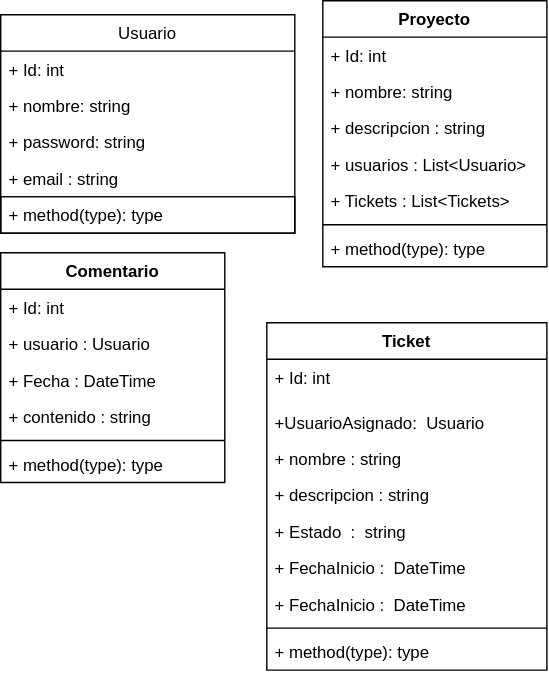
This is Diagrama.drawio.svg from Sherklan12e/Gestion-de-Proyectos, a draw.io export, as it was before one commit. Source tidied: cells renumbered, new cells last; positions are measured from the earlier drawing's top-left corner, leaving out a move shared by most shapes. Its diagram source:
```xml
<mxGraphModel>
  <root>
    <mxCell id="0" />
    <mxCell id="1" parent="0" />
    <mxCell id="2" value="Usuario" style="swimlane;fontStyle=0;horizontal=1;startSize=26;fillColor=none;" parent="1" vertex="1">
      <mxGeometry y="10" width="210" height="156" as="geometry" />
    </mxCell>
    <mxCell id="3" value="+ Id: int" style="text;strokeColor=none;fillColor=none;align=left;verticalAlign=top;spacingLeft=4;spacingRight=4;overflow=hidden;" parent="2" vertex="1">
      <mxGeometry y="26" width="210" height="26" as="geometry" />
    </mxCell>
    <mxCell id="4" value="+ nombre: string" style="text;strokeColor=none;fillColor=none;align=left;verticalAlign=top;spacingLeft=4;spacingRight=4;overflow=hidden;" parent="2" vertex="1">
      <mxGeometry y="52" width="210" height="26" as="geometry" />
    </mxCell>
    <mxCell id="5" value="+ password: string" style="text;strokeColor=none;fillColor=none;align=left;verticalAlign=top;spacingLeft=4;spacingRight=4;overflow=hidden;" parent="2" vertex="1">
      <mxGeometry y="78" width="210" height="26" as="geometry" />
    </mxCell>
    <mxCell id="6" value="+ email : string" style="text;strokeColor=none;fillColor=none;align=left;verticalAlign=top;spacingLeft=4;spacingRight=4;overflow=hidden;" parent="2" vertex="1">
      <mxGeometry y="104" width="210" height="26" as="geometry" />
    </mxCell>
    <mxCell id="7" value="+ method(type): type" style="text;strokeColor=default;fillColor=none;align=left;verticalAlign=top;spacingLeft=4;spacingRight=4;overflow=hidden;" parent="2" vertex="1">
      <mxGeometry y="130" width="210" height="26" as="geometry" />
    </mxCell>
    <mxCell id="8" value="Proyecto" style="swimlane;fontStyle=1;align=center;verticalAlign=top;horizontal=1;startSize=26;" parent="1" vertex="1">
      <mxGeometry x="230" width="160" height="190" as="geometry" />
    </mxCell>
    <mxCell id="9" value="+ Id: int" style="text;strokeColor=none;fillColor=none;align=left;verticalAlign=top;spacingLeft=4;spacingRight=4;overflow=hidden;" parent="8" vertex="1">
      <mxGeometry y="26" width="160" height="26" as="geometry" />
    </mxCell>
    <mxCell id="10" value="+ nombre: string" style="text;strokeColor=none;fillColor=none;align=left;verticalAlign=top;spacingLeft=4;spacingRight=4;overflow=hidden;" parent="8" vertex="1">
      <mxGeometry y="52" width="160" height="26" as="geometry" />
    </mxCell>
    <mxCell id="11" value="+ descripcion : string" style="text;strokeColor=none;fillColor=none;align=left;verticalAlign=top;spacingLeft=4;spacingRight=4;overflow=hidden;" parent="8" vertex="1">
      <mxGeometry y="78" width="160" height="26" as="geometry" />
    </mxCell>
    <mxCell id="12" value="+ usuarios : List&lt;Usuario&gt;" style="text;strokeColor=none;fillColor=none;align=left;verticalAlign=top;spacingLeft=4;spacingRight=4;overflow=hidden;" parent="8" vertex="1">
      <mxGeometry y="104" width="160" height="26" as="geometry" />
    </mxCell>
    <mxCell id="13" value="+ Tickets : List&lt;Tickets&gt;" style="text;strokeColor=none;fillColor=none;align=left;verticalAlign=top;spacingLeft=4;spacingRight=4;overflow=hidden;" parent="8" vertex="1">
      <mxGeometry y="130" width="160" height="26" as="geometry" />
    </mxCell>
    <mxCell id="14" style="line;strokeWidth=1;fillColor=none;align=left;verticalAlign=middle;spacingTop=-1;spacingLeft=3;spacingRight=3;labelPosition=right;strokeColor=inherit;" parent="8" vertex="1">
      <mxGeometry y="156" width="160" height="8" as="geometry" />
    </mxCell>
    <mxCell id="15" value="+ method(type): type" style="text;strokeColor=none;fillColor=none;align=left;verticalAlign=top;spacingLeft=4;spacingRight=4;overflow=hidden;" parent="8" vertex="1">
      <mxGeometry y="164" width="160" height="26" as="geometry" />
    </mxCell>
    <mxCell id="16" value="Comentario" style="swimlane;fontStyle=1;align=center;verticalAlign=top;horizontal=1;startSize=26;" parent="1" vertex="1">
      <mxGeometry y="180" width="160" height="164" as="geometry" />
    </mxCell>
    <mxCell id="17" value="+ Id: int" style="text;strokeColor=none;fillColor=none;align=left;verticalAlign=top;spacingLeft=4;spacingRight=4;overflow=hidden;" parent="16" vertex="1">
      <mxGeometry y="26" width="160" height="26" as="geometry" />
    </mxCell>
    <mxCell id="18" value="+ usuario : Usuario" style="text;strokeColor=none;fillColor=none;align=left;verticalAlign=top;spacingLeft=4;spacingRight=4;overflow=hidden;" parent="16" vertex="1">
      <mxGeometry y="52" width="160" height="26" as="geometry" />
    </mxCell>
    <mxCell id="19" value="+ Fecha : DateTime" style="text;strokeColor=none;fillColor=none;align=left;verticalAlign=top;spacingLeft=4;spacingRight=4;overflow=hidden;" parent="16" vertex="1">
      <mxGeometry y="78" width="160" height="26" as="geometry" />
    </mxCell>
    <mxCell id="20" value="+ contenido : string" style="text;strokeColor=none;fillColor=none;align=left;verticalAlign=top;spacingLeft=4;spacingRight=4;overflow=hidden;" parent="16" vertex="1">
      <mxGeometry y="104" width="160" height="26" as="geometry" />
    </mxCell>
    <mxCell id="21" style="line;strokeWidth=1;fillColor=none;align=left;verticalAlign=middle;spacingTop=-1;spacingLeft=3;spacingRight=3;labelPosition=right;strokeColor=inherit;" parent="16" vertex="1">
      <mxGeometry y="130" width="160" height="8" as="geometry" />
    </mxCell>
    <mxCell id="22" value="+ method(type): type" style="text;strokeColor=none;fillColor=none;align=left;verticalAlign=top;spacingLeft=4;spacingRight=4;overflow=hidden;" parent="16" vertex="1">
      <mxGeometry y="138" width="160" height="26" as="geometry" />
    </mxCell>
    <mxCell id="23" value="Ticket" style="swimlane;fontStyle=1;align=center;verticalAlign=top;horizontal=1;startSize=26;" parent="1" vertex="1">
      <mxGeometry x="190" y="230" width="200" height="248" as="geometry" />
    </mxCell>
    <mxCell id="24" value="+ Id: int" style="text;strokeColor=none;fillColor=none;align=left;verticalAlign=top;spacingLeft=4;spacingRight=4;overflow=hidden;" parent="23" vertex="1">
      <mxGeometry y="26" width="200" height="32" as="geometry" />
    </mxCell>
    <mxCell id="25" value="+UsuarioAsignado:  Usuario " style="text;strokeColor=none;fillColor=none;align=left;verticalAlign=top;spacingLeft=4;spacingRight=4;overflow=hidden;" parent="23" vertex="1">
      <mxGeometry y="58" width="200" height="26" as="geometry" />
    </mxCell>
    <mxCell id="26" value="+ nombre : string" style="text;strokeColor=none;fillColor=none;align=left;verticalAlign=top;spacingLeft=4;spacingRight=4;overflow=hidden;" parent="23" vertex="1">
      <mxGeometry y="84" width="200" height="26" as="geometry" />
    </mxCell>
    <mxCell id="27" value="+ descripcion : string" style="text;strokeColor=none;fillColor=none;align=left;verticalAlign=top;spacingLeft=4;spacingRight=4;overflow=hidden;" parent="23" vertex="1">
      <mxGeometry y="110" width="200" height="26" as="geometry" />
    </mxCell>
    <mxCell id="28" value="+ Estado  :  string" style="text;strokeColor=none;fillColor=none;align=left;verticalAlign=top;spacingLeft=4;spacingRight=4;overflow=hidden;" parent="23" vertex="1">
      <mxGeometry y="136" width="200" height="26" as="geometry" />
    </mxCell>
    <mxCell id="29" value="+ FechaInicio :  DateTime" style="text;strokeColor=none;fillColor=none;align=left;verticalAlign=top;spacingLeft=4;spacingRight=4;overflow=hidden;" parent="23" vertex="1">
      <mxGeometry y="162" width="200" height="26" as="geometry" />
    </mxCell>
    <mxCell id="30" value="+ FechaInicio :  DateTime" style="text;strokeColor=none;fillColor=none;align=left;verticalAlign=top;spacingLeft=4;spacingRight=4;overflow=hidden;" parent="23" vertex="1">
      <mxGeometry y="188" width="200" height="26" as="geometry" />
    </mxCell>
    <mxCell id="31" style="line;strokeWidth=1;fillColor=none;align=left;verticalAlign=middle;spacingTop=-1;spacingLeft=3;spacingRight=3;labelPosition=right;strokeColor=inherit;" parent="23" vertex="1">
      <mxGeometry y="214" width="200" height="8" as="geometry" />
    </mxCell>
    <mxCell id="32" value="+ method(type): type" style="text;strokeColor=none;fillColor=none;align=left;verticalAlign=top;spacingLeft=4;spacingRight=4;overflow=hidden;" parent="23" vertex="1">
      <mxGeometry y="222" width="200" height="26" as="geometry" />
    </mxCell>
  </root>
</mxGraphModel>
```
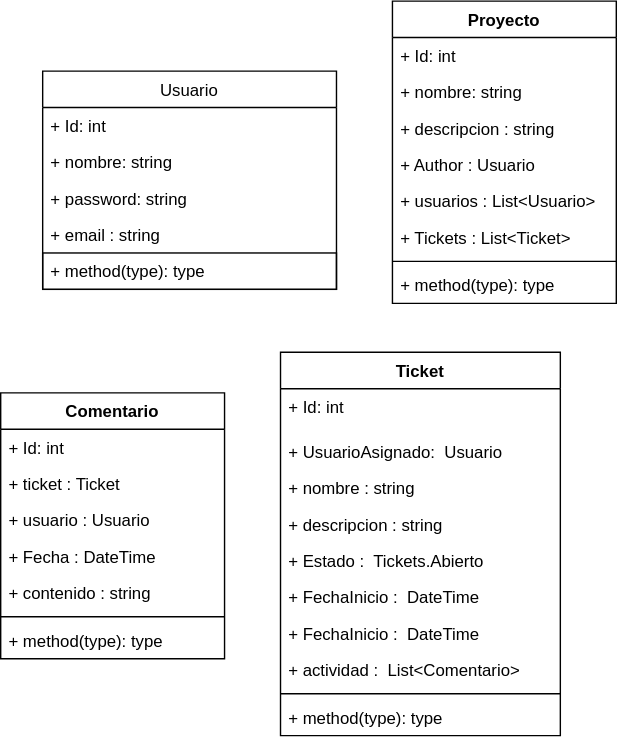
The same diagram one commit later.

The edit, as a diff of the source:
```diff
@@ -21,7 +21,7 @@
       <mxGeometry y="130" width="210" height="26" as="geometry" />
     </mxCell>
     <mxCell id="8" value="Proyecto" style="swimlane;fontStyle=1;align=center;verticalAlign=top;horizontal=1;startSize=26;" parent="1" vertex="1">
-      <mxGeometry x="230" width="160" height="190" as="geometry" />
+      <mxGeometry x="250" y="-40" width="160" height="216" as="geometry" />
     </mxCell>
     <mxCell id="9" value="+ Id: int" style="text;strokeColor=none;fillColor=none;align=left;verticalAlign=top;spacingLeft=4;spacingRight=4;overflow=hidden;" parent="8" vertex="1">
       <mxGeometry y="26" width="160" height="26" as="geometry" />
@@ -32,46 +32,52 @@
     <mxCell id="11" value="+ descripcion : string" style="text;strokeColor=none;fillColor=none;align=left;verticalAlign=top;spacingLeft=4;spacingRight=4;overflow=hidden;" parent="8" vertex="1">
       <mxGeometry y="78" width="160" height="26" as="geometry" />
     </mxCell>
+    <mxCell id="33" value="+ Author : Usuario" style="text;strokeColor=none;fillColor=none;align=left;verticalAlign=top;spacingLeft=4;spacingRight=4;overflow=hidden;" parent="8" vertex="1">
+      <mxGeometry y="104" width="160" height="26" as="geometry" />
+    </mxCell>
     <mxCell id="12" value="+ usuarios : List&lt;Usuario&gt;" style="text;strokeColor=none;fillColor=none;align=left;verticalAlign=top;spacingLeft=4;spacingRight=4;overflow=hidden;" parent="8" vertex="1">
-      <mxGeometry y="104" width="160" height="26" as="geometry" />
+      <mxGeometry y="130" width="160" height="26" as="geometry" />
     </mxCell>
-    <mxCell id="13" value="+ Tickets : List&lt;Tickets&gt;" style="text;strokeColor=none;fillColor=none;align=left;verticalAlign=top;spacingLeft=4;spacingRight=4;overflow=hidden;" parent="8" vertex="1">
-      <mxGeometry y="130" width="160" height="26" as="geometry" />
+    <mxCell id="13" value="+ Tickets : List&lt;Ticket&gt;" style="text;strokeColor=none;fillColor=none;align=left;verticalAlign=top;spacingLeft=4;spacingRight=4;overflow=hidden;" parent="8" vertex="1">
+      <mxGeometry y="156" width="160" height="26" as="geometry" />
     </mxCell>
     <mxCell id="14" style="line;strokeWidth=1;fillColor=none;align=left;verticalAlign=middle;spacingTop=-1;spacingLeft=3;spacingRight=3;labelPosition=right;strokeColor=inherit;" parent="8" vertex="1">
-      <mxGeometry y="156" width="160" height="8" as="geometry" />
+      <mxGeometry y="182" width="160" height="8" as="geometry" />
     </mxCell>
     <mxCell id="15" value="+ method(type): type" style="text;strokeColor=none;fillColor=none;align=left;verticalAlign=top;spacingLeft=4;spacingRight=4;overflow=hidden;" parent="8" vertex="1">
-      <mxGeometry y="164" width="160" height="26" as="geometry" />
+      <mxGeometry y="190" width="160" height="26" as="geometry" />
     </mxCell>
     <mxCell id="16" value="Comentario" style="swimlane;fontStyle=1;align=center;verticalAlign=top;horizontal=1;startSize=26;" parent="1" vertex="1">
-      <mxGeometry y="180" width="160" height="164" as="geometry" />
+      <mxGeometry x="-30" y="240" width="160" height="190" as="geometry" />
     </mxCell>
     <mxCell id="17" value="+ Id: int" style="text;strokeColor=none;fillColor=none;align=left;verticalAlign=top;spacingLeft=4;spacingRight=4;overflow=hidden;" parent="16" vertex="1">
       <mxGeometry y="26" width="160" height="26" as="geometry" />
     </mxCell>
+    <mxCell id="34" value="+ ticket : Ticket" style="text;strokeColor=none;fillColor=none;align=left;verticalAlign=top;spacingLeft=4;spacingRight=4;overflow=hidden;" parent="16" vertex="1">
+      <mxGeometry y="52" width="160" height="26" as="geometry" />
+    </mxCell>
     <mxCell id="18" value="+ usuario : Usuario" style="text;strokeColor=none;fillColor=none;align=left;verticalAlign=top;spacingLeft=4;spacingRight=4;overflow=hidden;" parent="16" vertex="1">
-      <mxGeometry y="52" width="160" height="26" as="geometry" />
+      <mxGeometry y="78" width="160" height="26" as="geometry" />
     </mxCell>
     <mxCell id="19" value="+ Fecha : DateTime" style="text;strokeColor=none;fillColor=none;align=left;verticalAlign=top;spacingLeft=4;spacingRight=4;overflow=hidden;" parent="16" vertex="1">
-      <mxGeometry y="78" width="160" height="26" as="geometry" />
+      <mxGeometry y="104" width="160" height="26" as="geometry" />
     </mxCell>
     <mxCell id="20" value="+ contenido : string" style="text;strokeColor=none;fillColor=none;align=left;verticalAlign=top;spacingLeft=4;spacingRight=4;overflow=hidden;" parent="16" vertex="1">
-      <mxGeometry y="104" width="160" height="26" as="geometry" />
+      <mxGeometry y="130" width="160" height="26" as="geometry" />
     </mxCell>
     <mxCell id="21" style="line;strokeWidth=1;fillColor=none;align=left;verticalAlign=middle;spacingTop=-1;spacingLeft=3;spacingRight=3;labelPosition=right;strokeColor=inherit;" parent="16" vertex="1">
-      <mxGeometry y="130" width="160" height="8" as="geometry" />
+      <mxGeometry y="156" width="160" height="8" as="geometry" />
     </mxCell>
     <mxCell id="22" value="+ method(type): type" style="text;strokeColor=none;fillColor=none;align=left;verticalAlign=top;spacingLeft=4;spacingRight=4;overflow=hidden;" parent="16" vertex="1">
-      <mxGeometry y="138" width="160" height="26" as="geometry" />
+      <mxGeometry y="164" width="160" height="26" as="geometry" />
     </mxCell>
     <mxCell id="23" value="Ticket" style="swimlane;fontStyle=1;align=center;verticalAlign=top;horizontal=1;startSize=26;" parent="1" vertex="1">
-      <mxGeometry x="190" y="230" width="200" height="248" as="geometry" />
+      <mxGeometry x="170" y="211" width="200" height="274" as="geometry" />
     </mxCell>
     <mxCell id="24" value="+ Id: int" style="text;strokeColor=none;fillColor=none;align=left;verticalAlign=top;spacingLeft=4;spacingRight=4;overflow=hidden;" parent="23" vertex="1">
       <mxGeometry y="26" width="200" height="32" as="geometry" />
     </mxCell>
-    <mxCell id="25" value="+UsuarioAsignado:  Usuario " style="text;strokeColor=none;fillColor=none;align=left;verticalAlign=top;spacingLeft=4;spacingRight=4;overflow=hidden;" parent="23" vertex="1">
+    <mxCell id="25" value="+ UsuarioAsignado:  Usuario " style="text;strokeColor=none;fillColor=none;align=left;verticalAlign=top;spacingLeft=4;spacingRight=4;overflow=hidden;" parent="23" vertex="1">
       <mxGeometry y="58" width="200" height="26" as="geometry" />
     </mxCell>
     <mxCell id="26" value="+ nombre : string" style="text;strokeColor=none;fillColor=none;align=left;verticalAlign=top;spacingLeft=4;spacingRight=4;overflow=hidden;" parent="23" vertex="1">
@@ -80,7 +86,7 @@
     <mxCell id="27" value="+ descripcion : string" style="text;strokeColor=none;fillColor=none;align=left;verticalAlign=top;spacingLeft=4;spacingRight=4;overflow=hidden;" parent="23" vertex="1">
       <mxGeometry y="110" width="200" height="26" as="geometry" />
     </mxCell>
-    <mxCell id="28" value="+ Estado  :  string" style="text;strokeColor=none;fillColor=none;align=left;verticalAlign=top;spacingLeft=4;spacingRight=4;overflow=hidden;" parent="23" vertex="1">
+    <mxCell id="28" value="+ Estado :  Tickets.Abierto" style="text;strokeColor=none;fillColor=none;align=left;verticalAlign=top;spacingLeft=4;spacingRight=4;overflow=hidden;" parent="23" vertex="1">
       <mxGeometry y="136" width="200" height="26" as="geometry" />
     </mxCell>
     <mxCell id="29" value="+ FechaInicio :  DateTime" style="text;strokeColor=none;fillColor=none;align=left;verticalAlign=top;spacingLeft=4;spacingRight=4;overflow=hidden;" parent="23" vertex="1">
@@ -89,11 +95,14 @@
     <mxCell id="30" value="+ FechaInicio :  DateTime" style="text;strokeColor=none;fillColor=none;align=left;verticalAlign=top;spacingLeft=4;spacingRight=4;overflow=hidden;" parent="23" vertex="1">
       <mxGeometry y="188" width="200" height="26" as="geometry" />
     </mxCell>
+    <mxCell id="35" value="+ actividad :  List&lt;Comentario&gt;" style="text;strokeColor=none;fillColor=none;align=left;verticalAlign=top;spacingLeft=4;spacingRight=4;overflow=hidden;" parent="23" vertex="1">
+      <mxGeometry y="214" width="200" height="26" as="geometry" />
+    </mxCell>
     <mxCell id="31" style="line;strokeWidth=1;fillColor=none;align=left;verticalAlign=middle;spacingTop=-1;spacingLeft=3;spacingRight=3;labelPosition=right;strokeColor=inherit;" parent="23" vertex="1">
-      <mxGeometry y="214" width="200" height="8" as="geometry" />
+      <mxGeometry y="240" width="200" height="8" as="geometry" />
     </mxCell>
     <mxCell id="32" value="+ method(type): type" style="text;strokeColor=none;fillColor=none;align=left;verticalAlign=top;spacingLeft=4;spacingRight=4;overflow=hidden;" parent="23" vertex="1">
-      <mxGeometry y="222" width="200" height="26" as="geometry" />
+      <mxGeometry y="248" width="200" height="26" as="geometry" />
     </mxCell>
   </root>
 </mxGraphModel>
```
